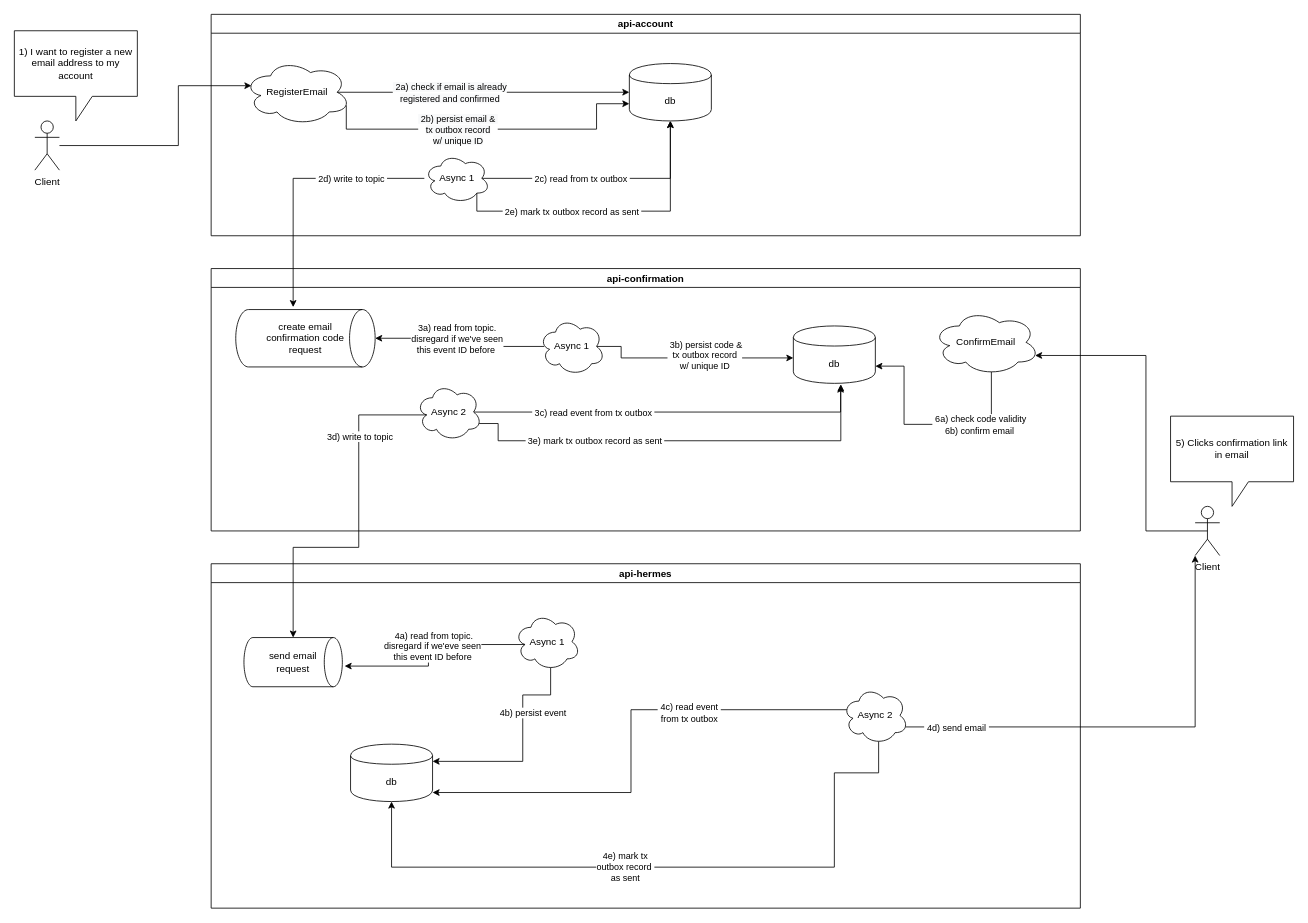
Before: page "register-email" (2 of 5) of architecture.drawio in AlpacaLabs/protorepo, a draw.io diagram. Source tidied: cells renumbered, new cells numbered last; positions are measured from the earlier drawing's top-left corner, leaving out a move shared by most shapes. Both pictures are drawn from the tidied source at 82%, with x=0, y=0 at pixel (14, 14).
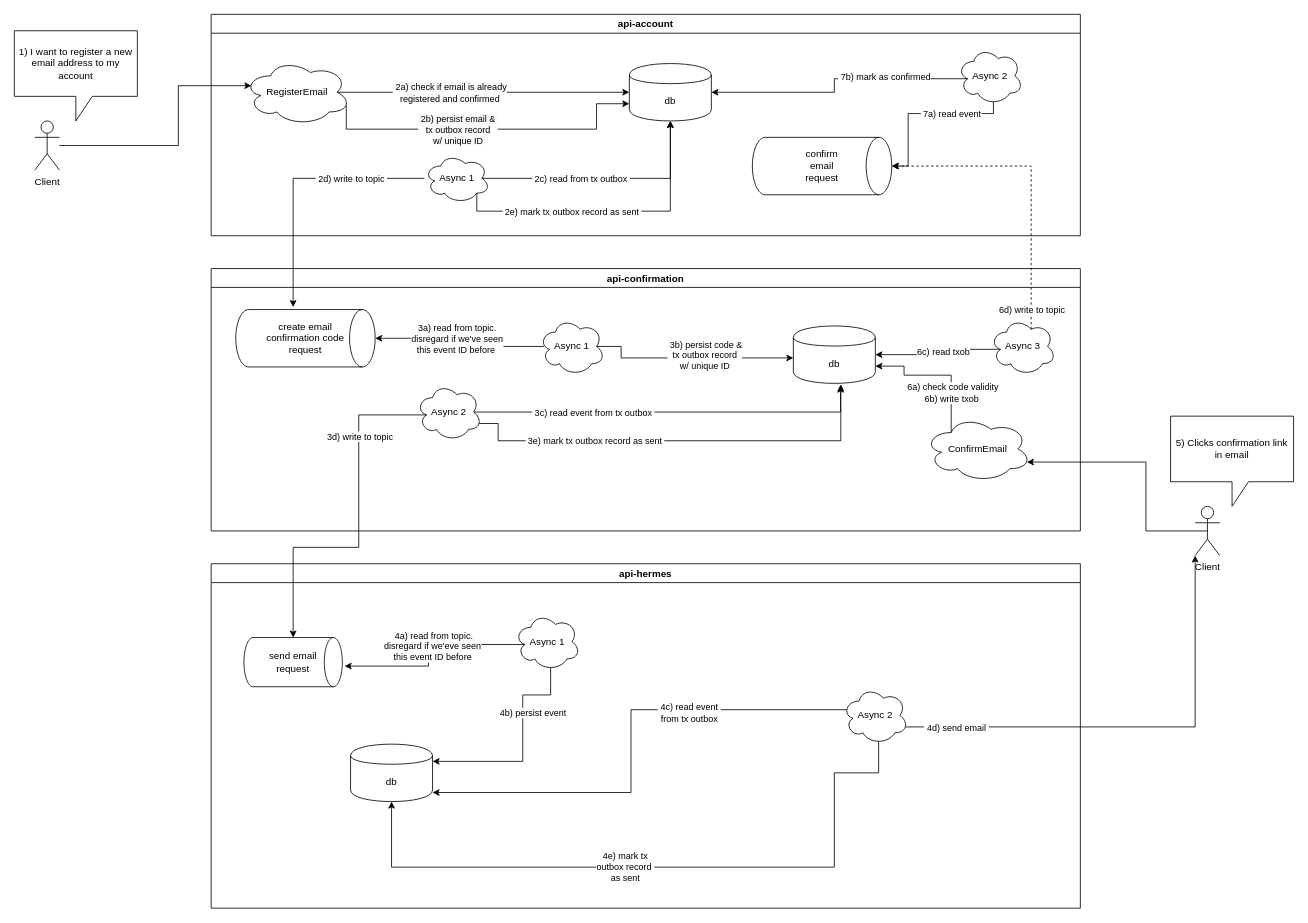
After the change.

Unchanged cells that the change refers to:
```xml
<mxCell id="4" value="api-confirmation" style="swimlane;" parent="1" vertex="1">
  <mxGeometry x="240" y="310" width="1060" height="320" as="geometry" />
</mxCell>
<mxCell id="5" value="db" style="shape=cylinder;whiteSpace=wrap;html=1;boundedLbl=1;backgroundOutline=1;" parent="4" vertex="1">
  <mxGeometry x="710" y="70" width="100" height="70" as="geometry" />
</mxCell>
<mxCell id="20" value="api-account" style="swimlane;rounded=0;" parent="1" vertex="1">
  <mxGeometry x="240" width="1060" height="270" as="geometry" />
</mxCell>
<mxCell id="24" value="db" style="shape=cylinder;whiteSpace=wrap;html=1;boundedLbl=1;backgroundOutline=1;" parent="20" vertex="1">
  <mxGeometry x="510" y="60" width="100" height="70" as="geometry" />
</mxCell>
<mxCell id="49" value="Client" style="shape=umlActor;verticalLabelPosition=bottom;labelBackgroundColor=#ffffff;verticalAlign=top;html=1;outlineConnect=0;" parent="1" vertex="1">
  <mxGeometry x="1440" y="600" width="30" height="60" as="geometry" />
</mxCell>
```

The edit, as a diff of the source:
```diff
@@
     <mxCell id="17" value="ConfirmEmail" style="ellipse;shape=cloud;whiteSpace=wrap;html=1;" parent="4" vertex="1">
-      <mxGeometry x="880" y="50" width="130" height="80" as="geometry" />
+      <mxGeometry x="870" y="180" width="130" height="80" as="geometry" />
     </mxCell>
-    <mxCell id="18" style="edgeStyle=orthogonalEdgeStyle;rounded=0;jettySize=auto;html=1;exitX=0.55;exitY=0.95;exitDx=0;exitDy=0;exitPerimeter=0;entryX=1;entryY=0.7;entryDx=0;entryDy=0;" parent="4" edge="1" source="17" target="5">
+    <mxCell id="18" style="edgeStyle=orthogonalEdgeStyle;rounded=0;jettySize=auto;html=1;entryX=1;entryY=0.7;entryDx=0;entryDy=0;exitX=0.25;exitY=0.25;exitDx=0;exitDy=0;exitPerimeter=0;" parent="4" edge="1" source="17" target="5">
       <mxGeometry relative="1" as="geometry">
         <Array as="points">
-          <mxPoint x="952" y="190" />
-          <mxPoint x="845" y="190" />
+          <mxPoint x="902" y="130" />
+          <mxPoint x="845" y="130" />
           <mxPoint x="845" y="119" />
         </Array>
       </mxGeometry>
     </mxCell>
-    <mxCell id="19" value="&amp;nbsp;6a) check code validity&lt;br&gt;6b) confirm email" style="edgeLabel;html=1;align=center;verticalAlign=middle;" parent="18" vertex="1">
+    <mxCell id="19" value="&amp;nbsp;6a) check code validity&lt;br&gt;6b) write txob" style="edgeLabel;html=1;align=center;verticalAlign=middle;" parent="18" vertex="1">
       <mxGeometry x="-0.43" relative="1" as="geometry" />
     </mxCell>
+    <mxCell id="54" style="edgeStyle=orthogonalEdgeStyle;rounded=0;jettySize=auto;html=1;exitX=0.16;exitY=0.55;exitDx=0;exitDy=0;exitPerimeter=0;entryX=1;entryY=0.5;entryDx=0;entryDy=0;" parent="4" edge="1" source="56" target="5">
+      <mxGeometry relative="1" as="geometry" />
+    </mxCell>
+    <mxCell id="55" value="6c) read txob" style="edgeLabel;html=1;align=center;verticalAlign=middle;" parent="54" vertex="1">
+      <mxGeometry x="-0.12" y="3" relative="1" as="geometry" />
+    </mxCell>
+    <mxCell id="56" value="Async 3" style="ellipse;shape=cloud;whiteSpace=wrap;html=1;rounded=0;" parent="4" vertex="1">
+      <mxGeometry x="950" y="60" width="80" height="70" as="geometry" />
+    </mxCell>
@@
+    <mxCell id="57" value="confirm&lt;br&gt;email&lt;br&gt;request" style="strokeWidth=1;html=1;shape=mxgraph.flowchart.direct_data;whiteSpace=wrap;rounded=0;" parent="20" vertex="1">
+      <mxGeometry x="660" y="150" width="170" height="70" as="geometry" />
+    </mxCell>
+    <mxCell id="58" style="edgeStyle=orthogonalEdgeStyle;rounded=0;jettySize=auto;html=1;exitX=0.55;exitY=0.95;exitDx=0;exitDy=0;exitPerimeter=0;entryX=1;entryY=0.5;entryDx=0;entryDy=0;entryPerimeter=0;" parent="20" edge="1" source="62" target="57">
+      <mxGeometry relative="1" as="geometry">
+        <Array as="points">
+          <mxPoint x="850" y="121" />
+          <mxPoint x="850" y="185" />
+        </Array>
+      </mxGeometry>
+    </mxCell>
+    <mxCell id="59" value="&amp;nbsp;7a) read event" style="edgeLabel;html=1;align=center;verticalAlign=middle;" parent="58" vertex="1">
+      <mxGeometry x="-0.01" relative="1" as="geometry">
+        <mxPoint x="32.5" as="offset" />
+      </mxGeometry>
+    </mxCell>
+    <mxCell id="60" style="edgeStyle=orthogonalEdgeStyle;rounded=0;jettySize=auto;html=1;exitX=0.16;exitY=0.55;exitDx=0;exitDy=0;exitPerimeter=0;entryX=1;entryY=0.5;entryDx=0;entryDy=0;" parent="20" edge="1" source="62" target="24">
+      <mxGeometry relative="1" as="geometry" />
+    </mxCell>
+    <mxCell id="61" value="&amp;nbsp;7b) mark as confirmed" style="edgeLabel;html=1;align=center;verticalAlign=middle;labelBorderColor=none;" parent="60" vertex="1">
+      <mxGeometry x="-0.21" y="-1" relative="1" as="geometry">
+        <mxPoint x="27.2" y="-2.5" as="offset" />
+      </mxGeometry>
+    </mxCell>
+    <mxCell id="62" value="Async 2" style="ellipse;shape=cloud;whiteSpace=wrap;html=1;rounded=0;" parent="20" vertex="1">
+      <mxGeometry x="910" y="40" width="80" height="70" as="geometry" />
+    </mxCell>
@@
     <mxCell id="50" style="edgeStyle=orthogonalEdgeStyle;rounded=0;jettySize=auto;html=1;entryX=0.96;entryY=0.7;entryDx=0;entryDy=0;entryPerimeter=0;exitX=0.5;exitY=0.5;exitDx=0;exitDy=0;exitPerimeter=0;" parent="1" edge="1" source="49" target="17">
       <mxGeometry relative="1" as="geometry">
         <Array as="points">
           <mxPoint x="1380" y="630" />
-          <mxPoint x="1380" y="416" />
+          <mxPoint x="1380" y="546" />
         </Array>
       </mxGeometry>
     </mxCell>
@@
+    <mxCell id="63" style="edgeStyle=orthogonalEdgeStyle;rounded=0;jettySize=auto;html=1;exitX=0.625;exitY=0.2;exitDx=0;exitDy=0;exitPerimeter=0;entryX=1;entryY=0.5;entryDx=0;entryDy=0;entryPerimeter=0;dashed=1;" parent="1" edge="1" source="56" target="57">
+      <mxGeometry relative="1" as="geometry">
+        <Array as="points">
+          <mxPoint x="1240" y="185" />
+        </Array>
+      </mxGeometry>
+    </mxCell>
+    <mxCell id="64" value="6d) write to topic" style="edgeLabel;html=1;align=center;verticalAlign=middle;" parent="63" vertex="1">
+      <mxGeometry x="-0.71" y="3" relative="1" as="geometry">
+        <mxPoint x="3" y="30.3" as="offset" />
+      </mxGeometry>
+    </mxCell>
```
